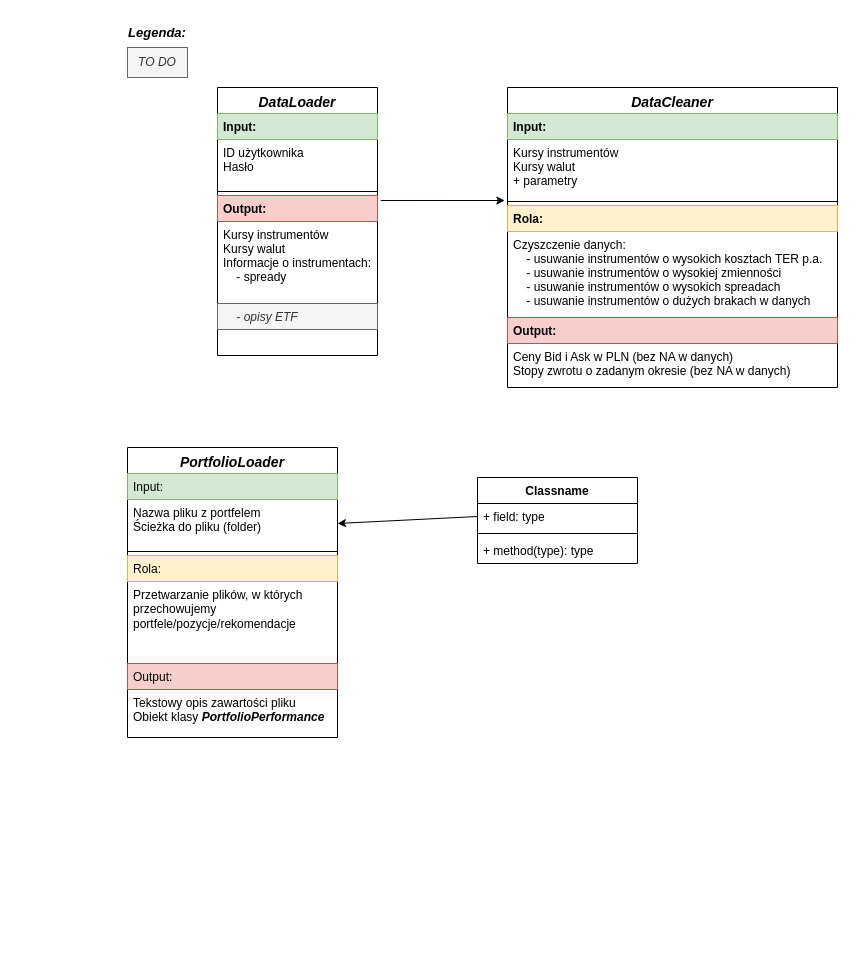
This is XTB.drawio from jakubweglowski/ETF-Trading, a draw.io file, before an edit. Source tidied: cells renumbered, new cells numbered last; positions are measured from the earlier drawing's top-left corner, leaving out a move shared by most shapes. Both pictures are drawn from the tidied source at 100%, with x=0, y=0 at pixel (127, 17).
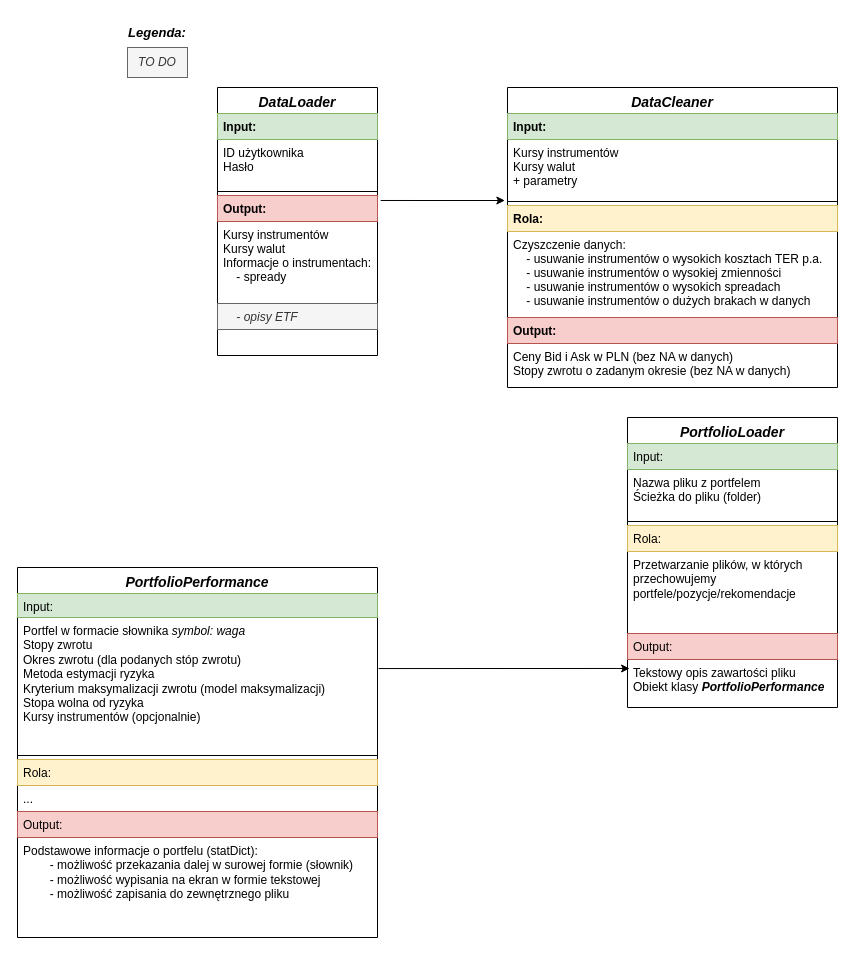
The same diagram, later.

The change refers to these unchanged cells:
```xml
<mxCell id="21" value="Nazwa pliku z portfelem&lt;div&gt;Ścieżka do pliku (folder)&lt;/div&gt;" style="text;align=left;verticalAlign=top;spacingLeft=4;spacingRight=4;overflow=hidden;points=[[0,0.5],[1,0.5]];portConstraint=eastwest;whiteSpace=wrap;html=1;" parent="19" vertex="1">
  <mxGeometry y="52" width="210" height="48" as="geometry" />
</mxCell>
<mxCell id="26" value="Tekstowy opis zawartości pliku&lt;div&gt;Obiekt klasy &lt;b&gt;&lt;i&gt;PortfolioPerformance&lt;/i&gt;&lt;/b&gt;&lt;/div&gt;" style="text;align=left;verticalAlign=top;spacingLeft=4;spacingRight=4;overflow=hidden;points=[[0,0.5],[1,0.5]];portConstraint=eastwest;whiteSpace=wrap;html=1;" parent="19" vertex="1">
  <mxGeometry y="242" width="210" height="48" as="geometry" />
</mxCell>
```

What changed in the source:
```diff
@@
     <mxCell id="19" value="&lt;font style=&quot;font-size: 14px;&quot;&gt;&lt;i&gt;PortfolioLoader&lt;/i&gt;&lt;/font&gt;" style="swimlane;fontStyle=1;align=center;verticalAlign=top;horizontal=1;startSize=26;whiteSpace=wrap;html=1;" parent="1" vertex="1">
-      <mxGeometry y="430" width="210" height="290" as="geometry" />
+      <mxGeometry x="500" y="400" width="210" height="290" as="geometry" />
     </mxCell>
@@
-    <mxCell id="27" style="endArrow=classic;html=1;rounded=0;exitX=0;exitY=0.5;exitDx=0;exitDy=0;entryX=1;entryY=0.5;entryDx=0;entryDy=0;" parent="1" edge="1" source="29" target="21">
-      <mxGeometry relative="1" as="geometry" />
-    </mxCell>
-    <mxCell id="28" value="Classname" style="swimlane;fontStyle=1;align=center;verticalAlign=top;horizontal=1;startSize=26;whiteSpace=wrap;html=1;" parent="1" vertex="1">
-      <mxGeometry x="350" y="460" width="160" height="86" as="geometry" />
+    <mxCell id="28" value="&lt;i&gt;&lt;font style=&quot;font-size: 14px;&quot;&gt;PortfolioPerformance&lt;/font&gt;&lt;/i&gt;" style="swimlane;fontStyle=1;align=center;verticalAlign=top;horizontal=1;startSize=26;whiteSpace=wrap;html=1;" parent="1" vertex="1">
+      <mxGeometry x="-110" y="550" width="360" height="370" as="geometry" />
     </mxCell>
+    <mxCell id="33" value="Input:" style="text;strokeColor=#82b366;fillColor=#d5e8d4;align=left;verticalAlign=top;spacingLeft=4;spacingRight=4;overflow=hidden;whiteSpace=wrap;html=1;" parent="28" vertex="1">
+      <mxGeometry y="26" width="360" height="24" as="geometry" />
+    </mxCell>
-    <mxCell id="29" value="+ field: type" style="text;strokeColor=none;fillColor=none;align=left;verticalAlign=top;spacingLeft=4;spacingRight=4;overflow=hidden;points=[[0,0.5],[1,0.5]];portConstraint=eastwest;whiteSpace=wrap;html=1;" parent="28" vertex="1">
-      <mxGeometry y="26" width="160" height="26" as="geometry" />
+    <mxCell id="29" value="Portfel w formacie słownika &lt;i&gt;symbol: waga&lt;/i&gt;&lt;div&gt;Stopy zwrotu&lt;/div&gt;&lt;div&gt;Okres zwrotu (dla podanych stóp zwrotu)&lt;/div&gt;&lt;div&gt;Metoda estymacji ryzyka&lt;/div&gt;&lt;div&gt;Kryterium maksymalizacji zwrotu (model maksymalizacji)&lt;/div&gt;&lt;div&gt;Stopa wolna od ryzyka&lt;/div&gt;&lt;div&gt;Kursy instrumentów (opcjonalnie)&lt;/div&gt;" style="text;strokeColor=none;fillColor=none;align=left;verticalAlign=top;spacingLeft=4;spacingRight=4;overflow=hidden;points=[[0,0.5],[1,0.5]];portConstraint=eastwest;whiteSpace=wrap;html=1;" parent="28" vertex="1">
+      <mxGeometry y="50" width="360" height="134" as="geometry" />
     </mxCell>
     <mxCell id="30" style="line;strokeWidth=1;fillColor=none;align=left;verticalAlign=middle;spacingTop=-1;spacingLeft=3;spacingRight=3;labelPosition=right;strokeColor=inherit;" parent="28" vertex="1">
-      <mxGeometry y="52" width="160" height="8" as="geometry" />
+      <mxGeometry y="184" width="360" height="8" as="geometry" />
     </mxCell>
+    <mxCell id="34" value="Rola:" style="text;strokeColor=#d6b656;fillColor=#fff2cc;align=left;verticalAlign=top;spacingLeft=4;spacingRight=4;overflow=hidden;whiteSpace=wrap;html=1;" parent="28" vertex="1">
+      <mxGeometry y="192" width="360" height="26" as="geometry" />
+    </mxCell>
+    <mxCell id="35" value="..." style="text;strokeColor=none;fillColor=none;align=left;verticalAlign=top;spacingLeft=4;spacingRight=4;overflow=hidden;whiteSpace=wrap;html=1;" parent="28" vertex="1">
+      <mxGeometry y="218" width="360" height="26" as="geometry" />
+    </mxCell>
+    <mxCell id="36" value="Output:" style="text;strokeColor=#b85450;fillColor=#f8cecc;align=left;verticalAlign=top;spacingLeft=4;spacingRight=4;overflow=hidden;whiteSpace=wrap;html=1;" parent="28" vertex="1">
+      <mxGeometry y="244" width="360" height="26" as="geometry" />
+    </mxCell>
-    <mxCell id="31" value="+ method(type): type" style="text;strokeColor=none;fillColor=none;align=left;verticalAlign=top;spacingLeft=4;spacingRight=4;overflow=hidden;whiteSpace=wrap;html=1;" parent="28" vertex="1">
-      <mxGeometry y="60" width="160" height="26" as="geometry" />
+    <mxCell id="31" value="Podstawowe informacje o portfelu (statDict):&lt;div&gt;&lt;span style=&quot;white-space: pre;&quot;&gt;&#9;&lt;/span&gt;- możliwość przekazania dalej w surowej formie (słownik)&lt;br&gt;&lt;div&gt;&lt;span style=&quot;white-space: pre;&quot;&gt;&#9;&lt;/span&gt;- możliwość wypisania na ekran w formie tekstowej&lt;br&gt;&lt;/div&gt;&lt;div&gt;&lt;span style=&quot;white-space: pre;&quot;&gt;&#9;&lt;/span&gt;- możliwość zapisania do zewnętrznego pliku&lt;br&gt;&lt;/div&gt;&lt;/div&gt;" style="text;strokeColor=none;fillColor=none;align=left;verticalAlign=top;spacingLeft=4;spacingRight=4;overflow=hidden;whiteSpace=wrap;html=1;" parent="28" vertex="1">
+      <mxGeometry y="270" width="360" height="100" as="geometry" />
     </mxCell>
@@
+    <mxCell id="37" style="endArrow=classic;html=1;rounded=0;exitX=1.003;exitY=0.381;exitDx=0;exitDy=0;exitPerimeter=0;entryX=0.01;entryY=0.187;entryDx=0;entryDy=0;entryPerimeter=0;" parent="1" edge="1" source="29" target="26">
+      <mxGeometry relative="1" as="geometry" />
+    </mxCell>
```
